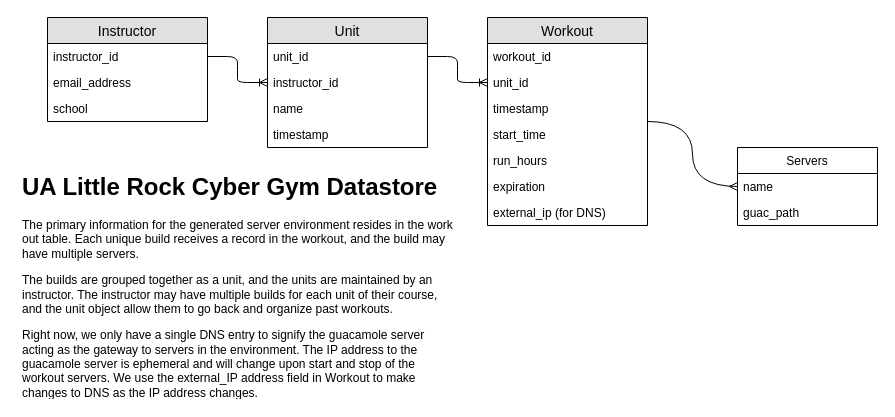
The draw.io diagram design-files/datastore.drawio in emerginganalytics/cyberarena, before the edit. Source tidied: cells renumbered, new cells numbered last; positions are measured from the earlier drawing's top-left corner, leaving out a move shared by most shapes. Both pictures are drawn from the tidied source at 100%, with x=0, y=0 at pixel (17, 17).
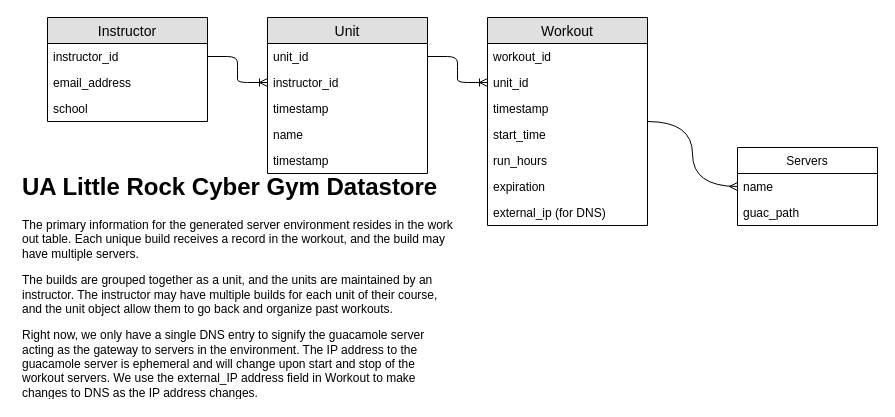
The same page after the edit.

Change to the diagram source:
```diff
@@
     <mxCell id="6" value="Unit" style="swimlane;fontStyle=0;horizontal=1;startSize=26;fillColor=#e0e0e0;swimlaneFillColor=#ffffff;align=center;fontSize=14;" parent="1" vertex="1">
-      <mxGeometry x="250" width="160" height="130" as="geometry" />
+      <mxGeometry x="250" width="160" height="156" as="geometry" />
     </mxCell>
@@
+    <mxCell id="26" value="timestamp" style="text;strokeColor=none;fillColor=none;spacingLeft=4;spacingRight=4;overflow=hidden;fontSize=12;" parent="6" vertex="1">
+      <mxGeometry y="78" width="160" height="26" as="geometry" />
+    </mxCell>
     <mxCell id="9" value="name" style="text;strokeColor=none;fillColor=none;spacingLeft=4;spacingRight=4;overflow=hidden;fontSize=12;" parent="6" vertex="1">
-      <mxGeometry y="78" width="160" height="26" as="geometry" />
+      <mxGeometry y="104" width="160" height="26" as="geometry" />
     </mxCell>
     <mxCell id="10" value="timestamp" style="text;strokeColor=none;fillColor=none;spacingLeft=4;spacingRight=4;overflow=hidden;fontSize=12;" parent="6" vertex="1">
-      <mxGeometry y="104" width="160" height="26" as="geometry" />
+      <mxGeometry y="130" width="160" height="26" as="geometry" />
     </mxCell>
```
